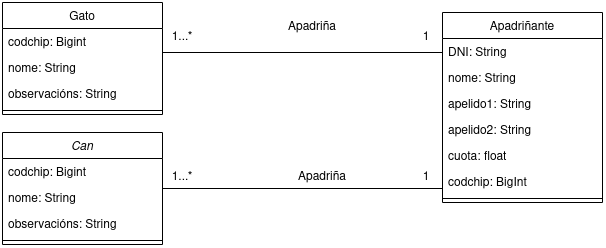
alucinanteccl/TraballoTutelado-BDA keeps this draw.io diagram as Diagrama sin título.drawio.png. Above is the earlier version. Source tidied: cells renumbered, new cells last; positions are measured from the earlier drawing's top-left corner, leaving out a move shared by most shapes. Its diagram source:
```xml
<mxGraphModel>
  <root>
    <mxCell id="0" />
    <mxCell id="1" parent="0" />
    <mxCell id="2" value="Can" style="swimlane;fontStyle=2;align=center;verticalAlign=top;horizontal=1;startSize=26;rounded=0;shadow=0;strokeWidth=1;" parent="1" vertex="1">
      <mxGeometry y="130" width="160" height="112" as="geometry" />
    </mxCell>
    <mxCell id="3" value="codchip: Bigint" style="text;align=left;verticalAlign=top;spacingLeft=4;spacingRight=4;overflow=hidden;rounded=0;shadow=0;html=0;" parent="2" vertex="1">
      <mxGeometry y="26" width="160" height="26" as="geometry" />
    </mxCell>
    <mxCell id="4" value="nome: String" style="text;align=left;verticalAlign=top;spacingLeft=4;spacingRight=4;overflow=hidden;rounded=0;shadow=0;html=0;" parent="2" vertex="1">
      <mxGeometry y="52" width="160" height="26" as="geometry" />
    </mxCell>
    <mxCell id="5" value="observacións: String" style="text;align=left;verticalAlign=top;spacingLeft=4;spacingRight=4;overflow=hidden;rounded=0;shadow=0;html=0;" parent="2" vertex="1">
      <mxGeometry y="78" width="160" height="26" as="geometry" />
    </mxCell>
    <mxCell id="6" style="line;html=1;strokeWidth=1;align=left;verticalAlign=middle;spacingTop=-1;spacingLeft=3;spacingRight=3;labelPosition=right;" parent="2" vertex="1">
      <mxGeometry y="104" width="160" height="8" as="geometry" />
    </mxCell>
    <mxCell id="7" value="Gato" style="swimlane;fontStyle=0;align=center;verticalAlign=top;horizontal=1;startSize=26;rounded=0;shadow=0;strokeWidth=1;" parent="1" vertex="1">
      <mxGeometry width="160" height="112" as="geometry" />
    </mxCell>
    <mxCell id="8" value="codchip: Bigint" style="text;align=left;verticalAlign=top;spacingLeft=4;spacingRight=4;overflow=hidden;rounded=0;shadow=0;html=0;" parent="7" vertex="1">
      <mxGeometry y="26" width="160" height="26" as="geometry" />
    </mxCell>
    <mxCell id="9" value="nome: String" style="text;align=left;verticalAlign=top;spacingLeft=4;spacingRight=4;overflow=hidden;rounded=0;shadow=0;html=0;" parent="7" vertex="1">
      <mxGeometry y="52" width="160" height="26" as="geometry" />
    </mxCell>
    <mxCell id="10" value="observacións: String" style="text;align=left;verticalAlign=top;spacingLeft=4;spacingRight=4;overflow=hidden;rounded=0;shadow=0;html=0;" parent="7" vertex="1">
      <mxGeometry y="78" width="160" height="26" as="geometry" />
    </mxCell>
    <mxCell id="11" style="line;html=1;strokeWidth=1;align=left;verticalAlign=middle;spacingTop=-1;spacingLeft=3;spacingRight=3;labelPosition=right;" parent="7" vertex="1">
      <mxGeometry y="104" width="160" height="8" as="geometry" />
    </mxCell>
    <mxCell id="12" style="edgeStyle=orthogonalEdgeStyle;rounded=0;jettySize=auto;html=1;entryX=1;entryY=0.5;entryDx=0;entryDy=0;endArrow=none;endFill=0;" parent="1" edge="1" source="13" target="2">
      <mxGeometry relative="1" as="geometry">
        <Array as="points">
          <mxPoint x="520" y="186" />
        </Array>
      </mxGeometry>
    </mxCell>
    <mxCell id="13" value="Apadriñante" style="swimlane;fontStyle=0;align=center;verticalAlign=top;horizontal=1;startSize=26;rounded=0;shadow=0;strokeWidth=1;" parent="1" vertex="1">
      <mxGeometry x="440" y="10" width="160" height="190" as="geometry" />
    </mxCell>
    <mxCell id="14" value="DNI: String" style="text;align=left;verticalAlign=top;spacingLeft=4;spacingRight=4;overflow=hidden;points=[[0,0.5],[1,0.5]];portConstraint=eastwest;" parent="13" vertex="1">
      <mxGeometry y="26" width="160" height="26" as="geometry" />
    </mxCell>
    <mxCell id="15" value="nome: String" style="text;align=left;verticalAlign=top;spacingLeft=4;spacingRight=4;overflow=hidden;rounded=0;shadow=0;html=0;" parent="13" vertex="1">
      <mxGeometry y="52" width="160" height="26" as="geometry" />
    </mxCell>
    <mxCell id="16" value="apelido1: String" style="text;align=left;verticalAlign=top;spacingLeft=4;spacingRight=4;overflow=hidden;rounded=0;shadow=0;html=0;" parent="13" vertex="1">
      <mxGeometry y="78" width="160" height="26" as="geometry" />
    </mxCell>
    <mxCell id="17" value="apelido2: String" style="text;align=left;verticalAlign=top;spacingLeft=4;spacingRight=4;overflow=hidden;rounded=0;shadow=0;html=0;" parent="13" vertex="1">
      <mxGeometry y="104" width="160" height="26" as="geometry" />
    </mxCell>
    <mxCell id="18" value="cuota: float" style="text;align=left;verticalAlign=top;spacingLeft=4;spacingRight=4;overflow=hidden;rounded=0;shadow=0;html=0;" parent="13" vertex="1">
      <mxGeometry y="130" width="160" height="26" as="geometry" />
    </mxCell>
    <mxCell id="19" value="codchip: BigInt" style="text;align=left;verticalAlign=top;spacingLeft=4;spacingRight=4;overflow=hidden;rounded=0;shadow=0;html=0;" parent="13" vertex="1">
      <mxGeometry y="156" width="160" height="26" as="geometry" />
    </mxCell>
    <mxCell id="20" style="line;html=1;strokeWidth=1;align=left;verticalAlign=middle;spacingTop=-1;spacingLeft=3;spacingRight=3;labelPosition=right;" parent="13" vertex="1">
      <mxGeometry y="182" width="160" height="8" as="geometry" />
    </mxCell>
    <mxCell id="21" style="edgeStyle=orthogonalEdgeStyle;rounded=0;jettySize=auto;html=1;entryX=0;entryY=0.5;entryDx=0;entryDy=0;endArrow=none;endFill=0;" parent="1" edge="1" target="14">
      <mxGeometry relative="1" as="geometry">
        <mxPoint x="160" y="50" as="sourcePoint" />
        <Array as="points">
          <mxPoint x="440" y="50" />
        </Array>
      </mxGeometry>
    </mxCell>
    <mxCell id="22" value="Apadriña" style="text;html=1;strokeColor=none;fillColor=none;align=center;verticalAlign=middle;whiteSpace=wrap;rounded=0;" parent="1" vertex="1">
      <mxGeometry x="280" y="10" width="60" height="30" as="geometry" />
    </mxCell>
    <mxCell id="23" value="Apadriña" style="text;html=1;strokeColor=none;fillColor=none;align=center;verticalAlign=middle;whiteSpace=wrap;rounded=0;" parent="1" vertex="1">
      <mxGeometry x="290" y="160" width="60" height="30" as="geometry" />
    </mxCell>
    <mxCell id="24" value="1...*" style="text;html=1;strokeColor=none;fillColor=none;align=center;verticalAlign=middle;whiteSpace=wrap;rounded=0;" parent="1" vertex="1">
      <mxGeometry x="150" y="20" width="60" height="30" as="geometry" />
    </mxCell>
    <mxCell id="25" value="1...*" style="text;html=1;strokeColor=none;fillColor=none;align=center;verticalAlign=middle;whiteSpace=wrap;rounded=0;" parent="1" vertex="1">
      <mxGeometry x="150" y="160" width="60" height="30" as="geometry" />
    </mxCell>
    <mxCell id="26" value="1" style="text;html=1;strokeColor=none;fillColor=none;align=center;verticalAlign=middle;whiteSpace=wrap;rounded=0;" parent="1" vertex="1">
      <mxGeometry x="394" y="20" width="60" height="30" as="geometry" />
    </mxCell>
    <mxCell id="27" value="1" style="text;html=1;strokeColor=none;fillColor=none;align=center;verticalAlign=middle;whiteSpace=wrap;rounded=0;" parent="1" vertex="1">
      <mxGeometry x="394" y="160" width="60" height="30" as="geometry" />
    </mxCell>
  </root>
</mxGraphModel>
```
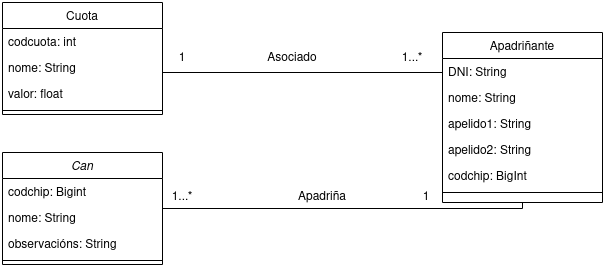
Later version of the same file.

Commit message:
Añadiendo prototipo del diseño UML 2

What changed in the source:
```diff
@@ -17,21 +17,6 @@
     <mxCell id="6" style="line;html=1;strokeWidth=1;align=left;verticalAlign=middle;spacingTop=-1;spacingLeft=3;spacingRight=3;labelPosition=right;" parent="2" vertex="1">
       <mxGeometry y="104" width="160" height="8" as="geometry" />
     </mxCell>
-    <mxCell id="7" value="Gato" style="swimlane;fontStyle=0;align=center;verticalAlign=top;horizontal=1;startSize=26;rounded=0;shadow=0;strokeWidth=1;" parent="1" vertex="1">
-      <mxGeometry width="160" height="112" as="geometry" />
-    </mxCell>
-    <mxCell id="8" value="codchip: Bigint" style="text;align=left;verticalAlign=top;spacingLeft=4;spacingRight=4;overflow=hidden;rounded=0;shadow=0;html=0;" parent="7" vertex="1">
-      <mxGeometry y="26" width="160" height="26" as="geometry" />
-    </mxCell>
-    <mxCell id="9" value="nome: String" style="text;align=left;verticalAlign=top;spacingLeft=4;spacingRight=4;overflow=hidden;rounded=0;shadow=0;html=0;" parent="7" vertex="1">
-      <mxGeometry y="52" width="160" height="26" as="geometry" />
-    </mxCell>
-    <mxCell id="10" value="observacións: String" style="text;align=left;verticalAlign=top;spacingLeft=4;spacingRight=4;overflow=hidden;rounded=0;shadow=0;html=0;" parent="7" vertex="1">
-      <mxGeometry y="78" width="160" height="26" as="geometry" />
-    </mxCell>
-    <mxCell id="11" style="line;html=1;strokeWidth=1;align=left;verticalAlign=middle;spacingTop=-1;spacingLeft=3;spacingRight=3;labelPosition=right;" parent="7" vertex="1">
-      <mxGeometry y="104" width="160" height="8" as="geometry" />
-    </mxCell>
     <mxCell id="12" style="edgeStyle=orthogonalEdgeStyle;rounded=0;jettySize=auto;html=1;entryX=1;entryY=0.5;entryDx=0;entryDy=0;endArrow=none;endFill=0;" parent="1" edge="1" source="13" target="2">
       <mxGeometry relative="1" as="geometry">
         <Array as="points">
@@ -40,7 +25,7 @@
       </mxGeometry>
     </mxCell>
     <mxCell id="13" value="Apadriñante" style="swimlane;fontStyle=0;align=center;verticalAlign=top;horizontal=1;startSize=26;rounded=0;shadow=0;strokeWidth=1;" parent="1" vertex="1">
-      <mxGeometry x="440" y="10" width="160" height="190" as="geometry" />
+      <mxGeometry x="440" y="10" width="160" height="170" as="geometry" />
     </mxCell>
     <mxCell id="14" value="DNI: String" style="text;align=left;verticalAlign=top;spacingLeft=4;spacingRight=4;overflow=hidden;points=[[0,0.5],[1,0.5]];portConstraint=eastwest;" parent="13" vertex="1">
       <mxGeometry y="26" width="160" height="26" as="geometry" />
@@ -54,40 +39,51 @@
     <mxCell id="17" value="apelido2: String" style="text;align=left;verticalAlign=top;spacingLeft=4;spacingRight=4;overflow=hidden;rounded=0;shadow=0;html=0;" parent="13" vertex="1">
       <mxGeometry y="104" width="160" height="26" as="geometry" />
     </mxCell>
-    <mxCell id="18" value="cuota: float" style="text;align=left;verticalAlign=top;spacingLeft=4;spacingRight=4;overflow=hidden;rounded=0;shadow=0;html=0;" parent="13" vertex="1">
-      <mxGeometry y="130" width="160" height="26" as="geometry" />
-    </mxCell>
     <mxCell id="19" value="codchip: BigInt" style="text;align=left;verticalAlign=top;spacingLeft=4;spacingRight=4;overflow=hidden;rounded=0;shadow=0;html=0;" parent="13" vertex="1">
-      <mxGeometry y="156" width="160" height="26" as="geometry" />
+      <mxGeometry y="130" width="160" height="26" as="geometry" />
     </mxCell>
     <mxCell id="20" style="line;html=1;strokeWidth=1;align=left;verticalAlign=middle;spacingTop=-1;spacingLeft=3;spacingRight=3;labelPosition=right;" parent="13" vertex="1">
-      <mxGeometry y="182" width="160" height="8" as="geometry" />
+      <mxGeometry y="156" width="160" height="8" as="geometry" />
     </mxCell>
-    <mxCell id="21" style="edgeStyle=orthogonalEdgeStyle;rounded=0;jettySize=auto;html=1;entryX=0;entryY=0.5;entryDx=0;entryDy=0;endArrow=none;endFill=0;" parent="1" edge="1" target="14">
-      <mxGeometry relative="1" as="geometry">
-        <mxPoint x="160" y="50" as="sourcePoint" />
-        <Array as="points">
-          <mxPoint x="440" y="50" />
-        </Array>
-      </mxGeometry>
-    </mxCell>
-    <mxCell id="22" value="Apadriña" style="text;html=1;strokeColor=none;fillColor=none;align=center;verticalAlign=middle;whiteSpace=wrap;rounded=0;" parent="1" vertex="1">
-      <mxGeometry x="280" y="10" width="60" height="30" as="geometry" />
-    </mxCell>
     <mxCell id="23" value="Apadriña" style="text;html=1;strokeColor=none;fillColor=none;align=center;verticalAlign=middle;whiteSpace=wrap;rounded=0;" parent="1" vertex="1">
       <mxGeometry x="290" y="160" width="60" height="30" as="geometry" />
     </mxCell>
+    <mxCell id="25" value="1...*" style="text;html=1;strokeColor=none;fillColor=none;align=center;verticalAlign=middle;whiteSpace=wrap;rounded=0;" parent="1" vertex="1">
+      <mxGeometry x="150" y="160" width="60" height="30" as="geometry" />
+    </mxCell>
+    <mxCell id="27" value="1" style="text;html=1;strokeColor=none;fillColor=none;align=center;verticalAlign=middle;whiteSpace=wrap;rounded=0;" parent="1" vertex="1">
+      <mxGeometry x="394" y="160" width="60" height="30" as="geometry" />
+    </mxCell>
+    <mxCell id="28" style="edgeStyle=orthogonalEdgeStyle;rounded=0;jettySize=auto;html=1;entryX=0;entryY=0.5;entryDx=0;entryDy=0;endArrow=none;endFill=0;" parent="1" edge="1" source="29" target="14">
+      <mxGeometry relative="1" as="geometry">
+        <Array as="points">
+          <mxPoint x="440" y="50" />
+        </Array>
+      </mxGeometry>
+    </mxCell>
+    <mxCell id="29" value="Cuota" style="swimlane;fontStyle=0;align=center;verticalAlign=top;horizontal=1;startSize=26;rounded=0;shadow=0;strokeWidth=1;" parent="1" vertex="1">
+      <mxGeometry y="-20" width="160" height="112" as="geometry" />
+    </mxCell>
+    <mxCell id="30" value="codcuota: int" style="text;align=left;verticalAlign=top;spacingLeft=4;spacingRight=4;overflow=hidden;rounded=0;shadow=0;html=0;" parent="29" vertex="1">
+      <mxGeometry y="26" width="160" height="26" as="geometry" />
+    </mxCell>
+    <mxCell id="9" value="nome: String" style="text;align=left;verticalAlign=top;spacingLeft=4;spacingRight=4;overflow=hidden;rounded=0;shadow=0;html=0;" parent="29" vertex="1">
+      <mxGeometry y="52" width="160" height="26" as="geometry" />
+    </mxCell>
+    <mxCell id="31" value="valor: float" style="text;align=left;verticalAlign=top;spacingLeft=4;spacingRight=4;overflow=hidden;rounded=0;shadow=0;html=0;" parent="29" vertex="1">
+      <mxGeometry y="78" width="160" height="26" as="geometry" />
+    </mxCell>
+    <mxCell id="11" style="line;html=1;strokeWidth=1;align=left;verticalAlign=middle;spacingTop=-1;spacingLeft=3;spacingRight=3;labelPosition=right;" parent="29" vertex="1">
+      <mxGeometry y="104" width="160" height="8" as="geometry" />
+    </mxCell>
+    <mxCell id="26" value="1" style="text;html=1;strokeColor=none;fillColor=none;align=center;verticalAlign=middle;whiteSpace=wrap;rounded=0;" parent="1" vertex="1">
+      <mxGeometry x="150" y="21" width="60" height="30" as="geometry" />
+    </mxCell>
     <mxCell id="24" value="1...*" style="text;html=1;strokeColor=none;fillColor=none;align=center;verticalAlign=middle;whiteSpace=wrap;rounded=0;" parent="1" vertex="1">
-      <mxGeometry x="150" y="20" width="60" height="30" as="geometry" />
+      <mxGeometry x="380" y="21" width="60" height="30" as="geometry" />
     </mxCell>
-    <mxCell id="25" value="1...*" style="text;html=1;strokeColor=none;fillColor=none;align=center;verticalAlign=middle;whiteSpace=wrap;rounded=0;" parent="1" vertex="1">
-      <mxGeometry x="150" y="160" width="60" height="30" as="geometry" />
-    </mxCell>
-    <mxCell id="26" value="1" style="text;html=1;strokeColor=none;fillColor=none;align=center;verticalAlign=middle;whiteSpace=wrap;rounded=0;" parent="1" vertex="1">
-      <mxGeometry x="394" y="20" width="60" height="30" as="geometry" />
-    </mxCell>
-    <mxCell id="27" value="1" style="text;html=1;strokeColor=none;fillColor=none;align=center;verticalAlign=middle;whiteSpace=wrap;rounded=0;" parent="1" vertex="1">
-      <mxGeometry x="394" y="160" width="60" height="30" as="geometry" />
-    </mxCell>
+    <mxCell id="32" value="Asociado" style="text;html=1;strokeColor=none;fillColor=none;align=center;verticalAlign=middle;whiteSpace=wrap;rounded=0;" parent="1" vertex="1">
+      <mxGeometry x="260" y="21" width="60" height="30" as="geometry" />
+    </mxCell>
   </root>
 </mxGraphModel>
```
